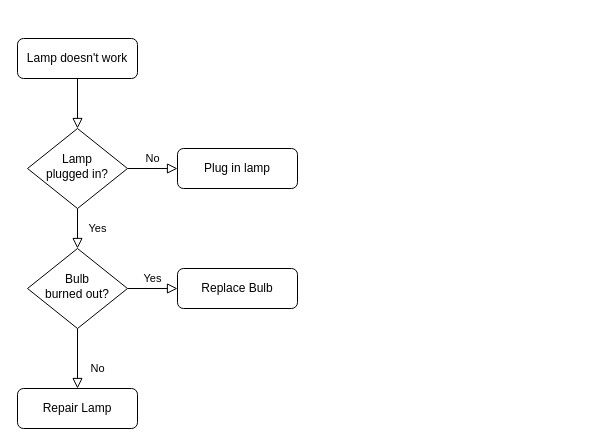
Above: chart/名称未設定ファイル.drawio in emblem333/flowchart (draw.io), before the change. Source tidied: cells renumbered, new cells numbered last; positions are measured from the earlier drawing's top-left corner, leaving out a move shared by most shapes. Both pictures are drawn from the tidied source at 100%, with x=0, y=0 at pixel (17, 38).
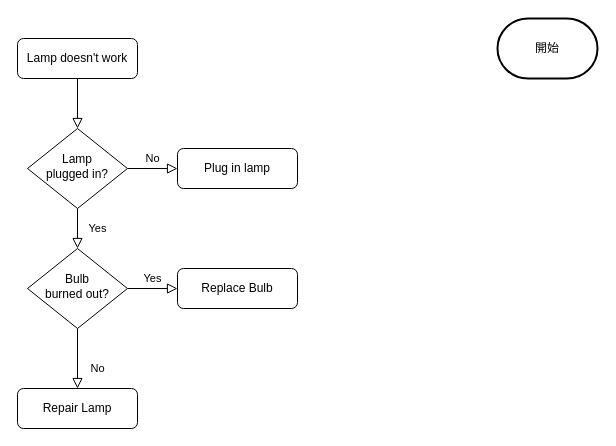
The same page after the edit.

Commit message (it also covers changes not shown here):
名称未設定ファイル.drawio を更新します

What changed in the source:
```diff
@@
 <mxGraphModel>
   <root>
     <mxCell id="0" />
     <mxCell id="1" parent="0" />
     <mxCell id="2" style="rounded=0;html=1;jettySize=auto;fontSize=11;endArrow=block;endFill=0;endSize=8;strokeWidth=1;shadow=0;labelBackgroundColor=none;edgeStyle=orthogonalEdgeStyle;" parent="1" edge="1" source="3" target="6">
       <mxGeometry relative="1" as="geometry" />
     </mxCell>
     <mxCell id="3" value="Lamp doesn't work" style="rounded=1;whiteSpace=wrap;html=1;fontSize=12;glass=0;strokeWidth=1;shadow=0;" parent="1" vertex="1">
       <mxGeometry width="120" height="40" as="geometry" />
     </mxCell>
     <mxCell id="4" value="Yes" style="rounded=0;html=1;jettySize=auto;fontSize=11;endArrow=block;endFill=0;endSize=8;strokeWidth=1;shadow=0;labelBackgroundColor=none;edgeStyle=orthogonalEdgeStyle;" parent="1" edge="1" source="6" target="10">
       <mxGeometry y="20" relative="1" as="geometry" />
     </mxCell>
     <mxCell id="5" value="No" style="edgeStyle=orthogonalEdgeStyle;rounded=0;html=1;jettySize=auto;fontSize=11;endArrow=block;endFill=0;endSize=8;strokeWidth=1;shadow=0;labelBackgroundColor=none;" parent="1" edge="1" source="6" target="7">
       <mxGeometry y="10" relative="1" as="geometry" />
     </mxCell>
     <mxCell id="6" value="Lamp&lt;br&gt;plugged in?" style="rhombus;whiteSpace=wrap;html=1;shadow=0;fontFamily=Helvetica;fontSize=12;align=center;strokeWidth=1;spacing=6;spacingTop=-4;" parent="1" vertex="1">
       <mxGeometry x="10" y="90" width="100" height="80" as="geometry" />
     </mxCell>
     <mxCell id="7" value="Plug in lamp" style="rounded=1;whiteSpace=wrap;html=1;fontSize=12;glass=0;strokeWidth=1;shadow=0;" parent="1" vertex="1">
       <mxGeometry x="160" y="110" width="120" height="40" as="geometry" />
     </mxCell>
     <mxCell id="8" value="No" style="rounded=0;html=1;jettySize=auto;fontSize=11;endArrow=block;endFill=0;endSize=8;strokeWidth=1;shadow=0;labelBackgroundColor=none;edgeStyle=orthogonalEdgeStyle;" parent="1" edge="1" source="10" target="11">
       <mxGeometry x="0.33" y="20" relative="1" as="geometry" />
     </mxCell>
     <mxCell id="9" value="Yes" style="edgeStyle=orthogonalEdgeStyle;rounded=0;html=1;jettySize=auto;fontSize=11;endArrow=block;endFill=0;endSize=8;strokeWidth=1;shadow=0;labelBackgroundColor=none;" parent="1" edge="1" source="10" target="12">
       <mxGeometry y="10" relative="1" as="geometry" />
     </mxCell>
     <mxCell id="10" value="Bulb&lt;br&gt;burned out?" style="rhombus;whiteSpace=wrap;html=1;shadow=0;fontFamily=Helvetica;fontSize=12;align=center;strokeWidth=1;spacing=6;spacingTop=-4;" parent="1" vertex="1">
       <mxGeometry x="10" y="210" width="100" height="80" as="geometry" />
     </mxCell>
     <mxCell id="11" value="Repair Lamp" style="rounded=1;whiteSpace=wrap;html=1;fontSize=12;glass=0;strokeWidth=1;shadow=0;" parent="1" vertex="1">
       <mxGeometry y="350" width="120" height="40" as="geometry" />
     </mxCell>
     <mxCell id="12" value="Replace Bulb" style="rounded=1;whiteSpace=wrap;html=1;fontSize=12;glass=0;strokeWidth=1;shadow=0;" parent="1" vertex="1">
       <mxGeometry x="160" y="230" width="120" height="40" as="geometry" />
     </mxCell>
+    <mxCell id="13" value="開始" style="strokeWidth=2;html=1;shape=mxgraph.flowchart.terminator;whiteSpace=wrap;" parent="1" vertex="1">
+      <mxGeometry x="480" y="-20" width="100" height="60" as="geometry" />
+    </mxCell>
   </root>
 </mxGraphModel>
```
